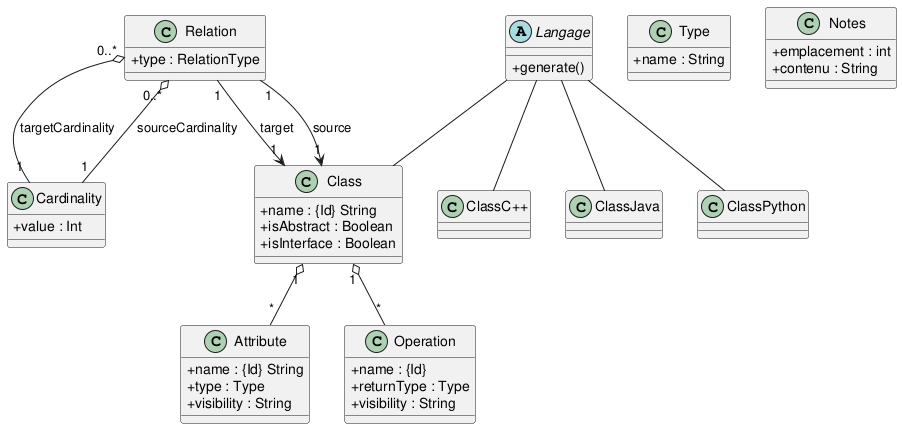
RasdaCorentin/PlantUML2Code keeps this PlantUML diagram as doc/class_diag_uml2java.png. Above is the earlier version.
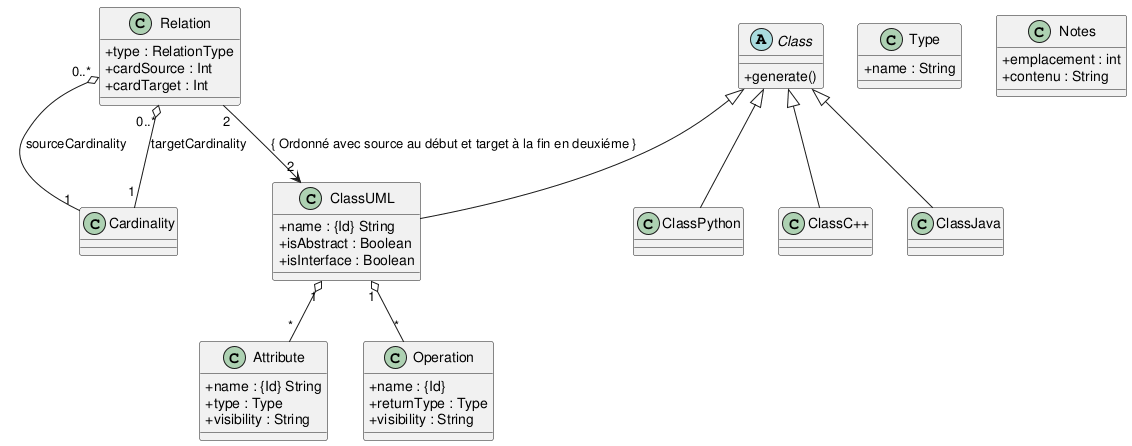
After the commit.

Commit message:
Ajouts diag de class

Change to the diagram source:
```diff
@@ -1,15 +1,15 @@
 @startuml
 skinparam classAttributeIconSize 0
 
-class Class {
+class ClassUML {
   +name : {Id} String
   +isAbstract : Boolean
   +isInterface : Boolean
 }
 
 
-Class "1" o-- "*" Attribute
-Class "1" o-- "*" Operation
+ClassUML "1" o-- "*" Attribute
+ClassUML "1" o-- "*" Operation
 
 
 class Attribute {
@@ -27,25 +27,23 @@
 
 class Relation {
   +type : RelationType
+  +cardSource : Int
+  +cardTarget : Int
 }
 
-Relation "1" --> "1" Class : source
-Relation "1" --> "1" Class : target
+Relation "2"--> "2" ClassUML : "{ Ordonné avec source au début et target à la fin en deuxiéme }"
 Relation "0..*" o-- "1" Cardinality : sourceCardinality
 Relation "0..*" o-- "1" Cardinality : targetCardinality
 
-abstract class Langage {
+abstract class Class {
   + generate()
 }
 
-Langage -- Class
-Langage -- "ClassC++"
-Langage -- ClassJava
-Langage -- ClassPython
+Class <|--  ClassUML
+Class <|-- "ClassC++"
+Class <|-- ClassJava
+Class <|-- ClassPython
 
-class Cardinality {
-  +value : Int
-}
 
 class ClassJava{}
 class ClassC++{}
```
